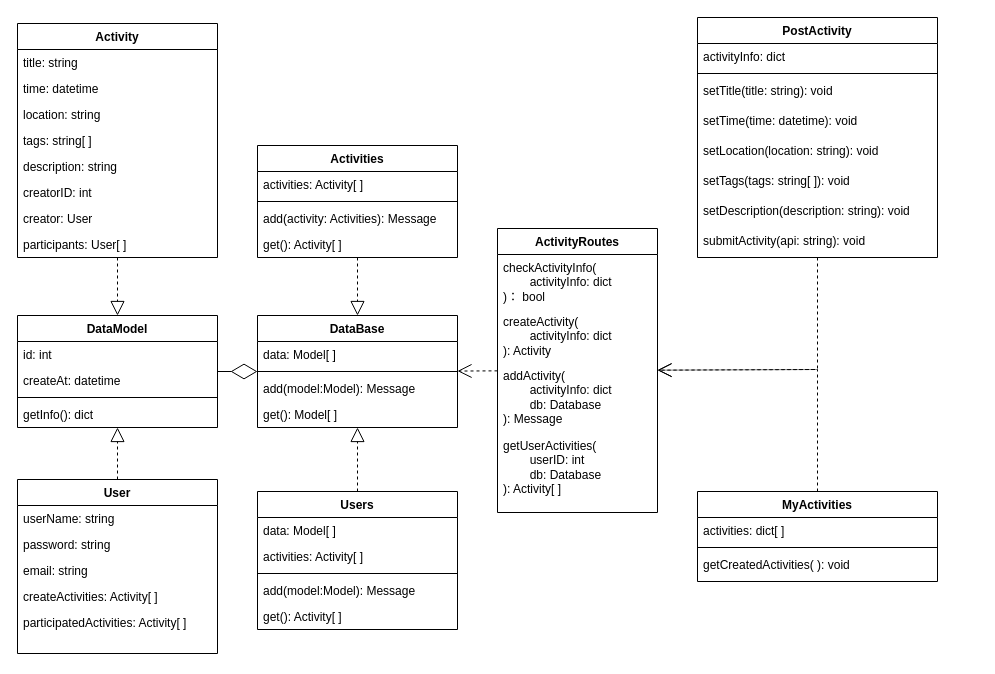
Above: docs/create_activity_UML_class.drawio in Yishanka/Soda (draw.io), before the change. Source tidied: cells renumbered, new cells numbered last; positions are measured from the earlier drawing's top-left corner, leaving out a move shared by most shapes. Both pictures are drawn from the tidied source at 100%, with x=0, y=0 at pixel (17, 17).
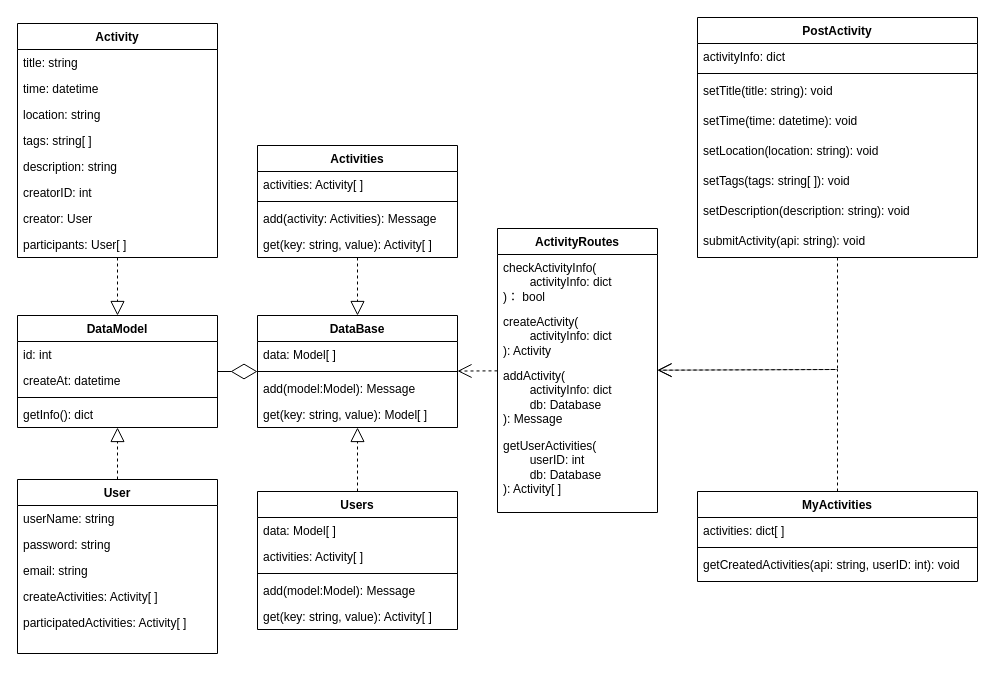
Above is the later version.

The change refers to these unchanged cells:
```xml
<mxCell id="17" value="ActivityRoutes" style="swimlane;fontStyle=1;align=center;verticalAlign=top;horizontal=1;startSize=26;whiteSpace=wrap;html=1;" parent="1" vertex="1">
  <mxGeometry x="480" y="211" width="160" height="284" as="geometry" />
</mxCell>
<mxCell id="38" value="DataBase" style="swimlane;fontStyle=1;align=center;verticalAlign=top;horizontal=1;startSize=26;whiteSpace=wrap;html=1;" parent="1" vertex="1">
  <mxGeometry x="240" y="298" width="200" height="112" as="geometry" />
</mxCell>
<mxCell id="44" value="Activities" style="swimlane;fontStyle=1;align=center;verticalAlign=top;horizontal=1;startSize=26;whiteSpace=wrap;html=1;" parent="1" vertex="1">
  <mxGeometry x="240" y="128" width="200" height="112" as="geometry" />
</mxCell>
<mxCell id="49" value="Users" style="swimlane;fontStyle=1;align=center;verticalAlign=top;horizontal=1;startSize=26;whiteSpace=wrap;html=1;" parent="1" vertex="1">
  <mxGeometry x="240" y="474" width="200" height="138" as="geometry" />
</mxCell>
```

Change to the diagram source:
```diff
@@
     <mxCell id="22" value="PostActivity" style="swimlane;fontStyle=1;align=center;verticalAlign=top;horizontal=1;startSize=26;whiteSpace=wrap;html=1;" parent="1" vertex="1">
-      <mxGeometry x="680" width="240" height="240" as="geometry" />
+      <mxGeometry x="680" width="280" height="240" as="geometry" />
     </mxCell>
     <mxCell id="23" value="activityInfo: dict" style="text;strokeColor=none;fillColor=none;align=left;verticalAlign=top;spacingLeft=4;spacingRight=4;overflow=hidden;whiteSpace=wrap;html=1;" parent="22" vertex="1">
-      <mxGeometry y="26" width="240" height="26" as="geometry" />
+      <mxGeometry y="26" width="280" height="26" as="geometry" />
     </mxCell>
     <mxCell id="24" style="line;strokeWidth=1;fillColor=none;align=left;verticalAlign=middle;spacingTop=-1;spacingLeft=3;spacingRight=3;labelPosition=right;strokeColor=inherit;" parent="22" vertex="1">
-      <mxGeometry y="52" width="240" height="8" as="geometry" />
+      <mxGeometry y="52" width="280" height="8" as="geometry" />
     </mxCell>
     <mxCell id="25" value="setTitle(title: string&lt;span style=&quot;background-color: transparent; color: light-dark(rgb(0, 0, 0), rgb(255, 255, 255));&quot;&gt;): void&lt;/span&gt;" style="text;strokeColor=none;fillColor=none;align=left;verticalAlign=top;spacingLeft=4;spacingRight=4;overflow=hidden;whiteSpace=wrap;html=1;" parent="22" vertex="1">
-      <mxGeometry y="60" width="240" height="30" as="geometry" />
+      <mxGeometry y="60" width="280" height="30" as="geometry" />
     </mxCell>
     <mxCell id="26" value="setTime(time: datetime&lt;span style=&quot;background-color: transparent; color: light-dark(rgb(0, 0, 0), rgb(255, 255, 255));&quot;&gt;): void&lt;/span&gt;" style="text;strokeColor=none;fillColor=none;align=left;verticalAlign=top;spacingLeft=4;spacingRight=4;overflow=hidden;whiteSpace=wrap;html=1;" parent="22" vertex="1">
-      <mxGeometry y="90" width="240" height="30" as="geometry" />
+      <mxGeometry y="90" width="280" height="30" as="geometry" />
     </mxCell>
     <mxCell id="27" value="setLocation(location: string&lt;span style=&quot;background-color: transparent; color: light-dark(rgb(0, 0, 0), rgb(255, 255, 255));&quot;&gt;): void&lt;/span&gt;" style="text;strokeColor=none;fillColor=none;align=left;verticalAlign=top;spacingLeft=4;spacingRight=4;overflow=hidden;whiteSpace=wrap;html=1;" parent="22" vertex="1">
-      <mxGeometry y="120" width="240" height="30" as="geometry" />
+      <mxGeometry y="120" width="280" height="30" as="geometry" />
     </mxCell>
     <mxCell id="28" value="setTags(tags: string[ ]&lt;span style=&quot;background-color: transparent; color: light-dark(rgb(0, 0, 0), rgb(255, 255, 255));&quot;&gt;): void&lt;/span&gt;" style="text;strokeColor=none;fillColor=none;align=left;verticalAlign=top;spacingLeft=4;spacingRight=4;overflow=hidden;whiteSpace=wrap;html=1;" parent="22" vertex="1">
-      <mxGeometry y="150" width="240" height="30" as="geometry" />
+      <mxGeometry y="150" width="280" height="30" as="geometry" />
     </mxCell>
     <mxCell id="29" value="setDescription(description: string&lt;span style=&quot;background-color: transparent; color: light-dark(rgb(0, 0, 0), rgb(255, 255, 255));&quot;&gt;): void&lt;/span&gt;" style="text;strokeColor=none;fillColor=none;align=left;verticalAlign=top;spacingLeft=4;spacingRight=4;overflow=hidden;whiteSpace=wrap;html=1;" parent="22" vertex="1">
-      <mxGeometry y="180" width="240" height="30" as="geometry" />
+      <mxGeometry y="180" width="280" height="30" as="geometry" />
     </mxCell>
     <mxCell id="30" value="submitActivity(api: string&lt;span style=&quot;background-color: transparent; color: light-dark(rgb(0, 0, 0), rgb(255, 255, 255));&quot;&gt;): void&lt;/span&gt;" style="text;strokeColor=none;fillColor=none;align=left;verticalAlign=top;spacingLeft=4;spacingRight=4;overflow=hidden;whiteSpace=wrap;html=1;" parent="22" vertex="1">
-      <mxGeometry y="210" width="240" height="30" as="geometry" />
+      <mxGeometry y="210" width="280" height="30" as="geometry" />
     </mxCell>
     <mxCell id="31" value="MyActivities" style="swimlane;fontStyle=1;align=center;verticalAlign=top;horizontal=1;startSize=26;whiteSpace=wrap;html=1;" parent="1" vertex="1">
-      <mxGeometry x="680" y="474" width="240" height="90" as="geometry" />
+      <mxGeometry x="680" y="474" width="280" height="90" as="geometry" />
     </mxCell>
     <mxCell id="32" value="activities: dict[ ]" style="text;strokeColor=none;fillColor=none;align=left;verticalAlign=top;spacingLeft=4;spacingRight=4;overflow=hidden;whiteSpace=wrap;html=1;" parent="31" vertex="1">
-      <mxGeometry y="26" width="240" height="26" as="geometry" />
+      <mxGeometry y="26" width="280" height="26" as="geometry" />
     </mxCell>
     <mxCell id="33" style="line;strokeWidth=1;fillColor=none;align=left;verticalAlign=middle;spacingTop=-1;spacingLeft=3;spacingRight=3;labelPosition=right;strokeColor=inherit;" parent="31" vertex="1">
-      <mxGeometry y="52" width="240" height="8" as="geometry" />
+      <mxGeometry y="52" width="280" height="8" as="geometry" />
     </mxCell>
-    <mxCell id="34" value="getCreatedActivities(&amp;nbsp;&lt;span style=&quot;background-color: transparent; color: light-dark(rgb(0, 0, 0), rgb(255, 255, 255));&quot;&gt;): void&lt;/span&gt;" style="text;strokeColor=none;fillColor=none;align=left;verticalAlign=top;spacingLeft=4;spacingRight=4;overflow=hidden;whiteSpace=wrap;html=1;" parent="31" vertex="1">
-      <mxGeometry y="60" width="240" height="30" as="geometry" />
+    <mxCell id="34" value="getCreatedActivities(api: string, userID: int&lt;span style=&quot;background-color: transparent; color: light-dark(rgb(0, 0, 0), rgb(255, 255, 255));&quot;&gt;): void&lt;/span&gt;" style="text;strokeColor=none;fillColor=none;align=left;verticalAlign=top;spacingLeft=4;spacingRight=4;overflow=hidden;whiteSpace=wrap;html=1;" parent="31" vertex="1">
+      <mxGeometry y="60" width="280" height="30" as="geometry" />
     </mxCell>
@@
     <mxCell id="36" style="endArrow=open;endSize=12;dashed=1;html=1;rounded=0;" parent="1" edge="1" source="22" target="17">
       <mxGeometry relative="1" as="geometry">
         <Array as="points">
-          <mxPoint x="800" y="352" />
+          <mxPoint x="820" y="352" />
         </Array>
       </mxGeometry>
     </mxCell>
     <mxCell id="37" style="endArrow=open;endSize=12;dashed=1;html=1;rounded=0;" parent="1" edge="1" source="31" target="17">
       <mxGeometry relative="1" as="geometry">
         <Array as="points">
-          <mxPoint x="800" y="352" />
+          <mxPoint x="820" y="352" />
         </Array>
       </mxGeometry>
     </mxCell>
@@
-    <mxCell id="42" value="get(): Model[ ]" style="text;strokeColor=none;fillColor=none;align=left;verticalAlign=top;spacingLeft=4;spacingRight=4;overflow=hidden;whiteSpace=wrap;html=1;" parent="38" vertex="1">
+    <mxCell id="42" value="get(key: string, value): Model[ ]" style="text;strokeColor=none;fillColor=none;align=left;verticalAlign=top;spacingLeft=4;spacingRight=4;overflow=hidden;whiteSpace=wrap;html=1;" parent="38" vertex="1">
       <mxGeometry y="86" width="200" height="26" as="geometry" />
     </mxCell>
@@
-    <mxCell id="48" value="get(): Activity[ ]" style="text;strokeColor=none;fillColor=none;align=left;verticalAlign=top;spacingLeft=4;spacingRight=4;overflow=hidden;whiteSpace=wrap;html=1;" parent="44" vertex="1">
+    <mxCell id="48" value="get(key: string, value): Activity[ ]" style="text;strokeColor=none;fillColor=none;align=left;verticalAlign=top;spacingLeft=4;spacingRight=4;overflow=hidden;whiteSpace=wrap;html=1;" parent="44" vertex="1">
       <mxGeometry y="86" width="200" height="26" as="geometry" />
     </mxCell>
@@
-    <mxCell id="54" value="get(): Activity[ ]" style="text;strokeColor=none;fillColor=none;align=left;verticalAlign=top;spacingLeft=4;spacingRight=4;overflow=hidden;whiteSpace=wrap;html=1;" parent="49" vertex="1">
+    <mxCell id="54" value="get(key: string, value): Activity[ ]" style="text;strokeColor=none;fillColor=none;align=left;verticalAlign=top;spacingLeft=4;spacingRight=4;overflow=hidden;whiteSpace=wrap;html=1;" parent="49" vertex="1">
       <mxGeometry y="112" width="200" height="26" as="geometry" />
     </mxCell>
```
